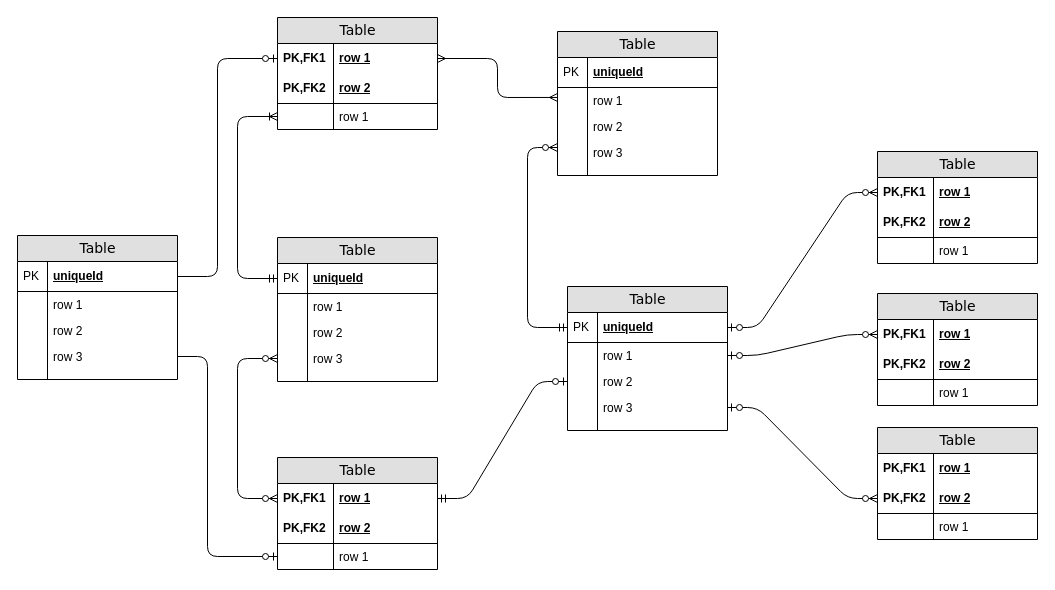
Above: page "Page-1" (2 of 2) of Untitled Diagram.drawio in HikariReiziq/ERD_Database-System (draw.io), before the change. Source tidied: cells renumbered, new cells numbered last; positions are measured from the earlier drawing's top-left corner, leaving out a move shared by most shapes. Both pictures are drawn from the tidied source at 100%, with x=0, y=0 at pixel (17, 17).
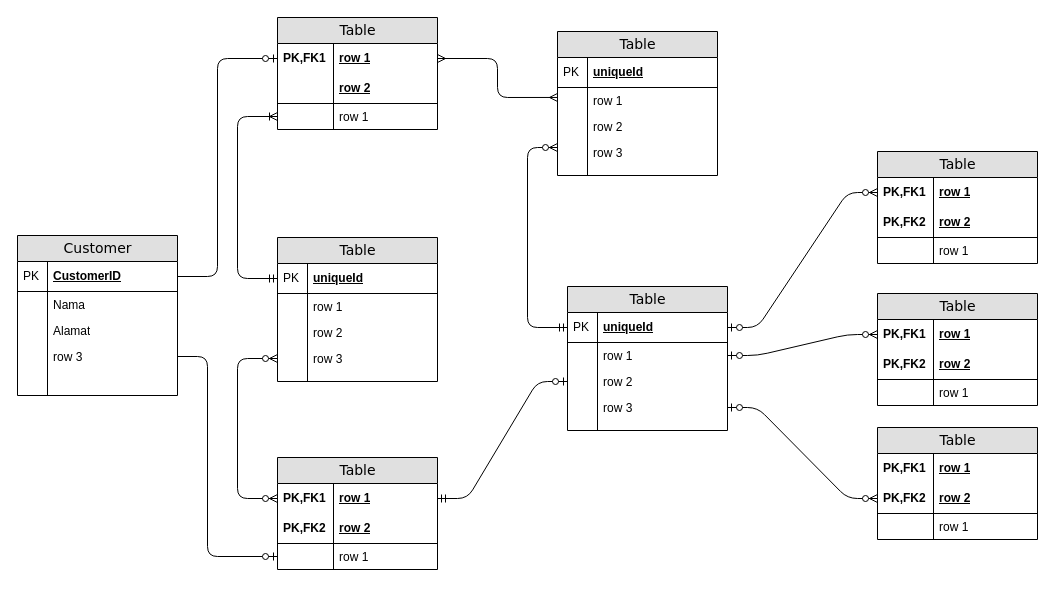
The same page after the edit.

Commit message:
Database Konser

Unchanged cells that the change refers to:
```xml
<mxCell id="5" value="row 2" style="shape=partialRectangle;top=0;left=0;right=0;bottom=1;html=1;align=left;verticalAlign=middle;fillColor=none;spacingLeft=60;spacingRight=4;whiteSpace=wrap;overflow=hidden;fontStyle=5;" parent="2" vertex="1">
  <mxGeometry y="56" width="160" height="30" as="geometry" />
</mxCell>
```

Diff of the diagram source:
```diff
@@
-    <mxCell id="6" value="PK,FK2" style="shape=partialRectangle;fontStyle=1;top=0;left=0;bottom=0;html=1;fillColor=none;align=left;verticalAlign=middle;spacingLeft=4;spacingRight=4;whiteSpace=wrap;overflow=hidden;" parent="5" vertex="1">
+    <mxCell id="6" style="shape=partialRectangle;fontStyle=1;top=0;left=0;bottom=0;html=1;fillColor=none;align=left;verticalAlign=middle;spacingLeft=4;spacingRight=4;whiteSpace=wrap;overflow=hidden;" parent="5" vertex="1">
       <mxGeometry width="56" height="30" as="geometry" />
     </mxCell>
@@
-    <mxCell id="78" value="Table" style="swimlane;html=1;fontStyle=0;horizontal=1;startSize=26;fillColor=#e0e0e0;swimlaneFillColor=#ffffff;align=center;rounded=0;shadow=0;comic=0;labelBackgroundColor=none;strokeWidth=1;fontFamily=Verdana;fontSize=14;" parent="1" vertex="1">
-      <mxGeometry y="218" width="160" height="144" as="geometry" />
+    <mxCell id="78" value="Customer" style="swimlane;html=1;fontStyle=0;horizontal=1;startSize=26;fillColor=#e0e0e0;swimlaneFillColor=#ffffff;align=center;rounded=0;shadow=0;comic=0;labelBackgroundColor=none;strokeWidth=1;fontFamily=Verdana;fontSize=14;" parent="1" vertex="1">
+      <mxGeometry y="218" width="160" height="160" as="geometry" />
     </mxCell>
-    <mxCell id="79" value="uniqueId" style="shape=partialRectangle;top=0;left=0;right=0;bottom=1;html=1;align=left;verticalAlign=middle;fillColor=none;spacingLeft=34;spacingRight=4;whiteSpace=wrap;overflow=hidden;points=[[0,0.5],[1,0.5]];portConstraint=eastwest;fontStyle=5;" parent="78" vertex="1">
+    <mxCell id="79" value="CustomerID" style="shape=partialRectangle;top=0;left=0;right=0;bottom=1;html=1;align=left;verticalAlign=middle;fillColor=none;spacingLeft=34;spacingRight=4;whiteSpace=wrap;overflow=hidden;points=[[0,0.5],[1,0.5]];portConstraint=eastwest;fontStyle=5;" parent="78" vertex="1">
       <mxGeometry y="26" width="160" height="30" as="geometry" />
     </mxCell>
@@
-    <mxCell id="81" value="row 1" style="shape=partialRectangle;top=0;left=0;right=0;bottom=0;html=1;align=left;verticalAlign=top;fillColor=none;spacingLeft=34;spacingRight=4;whiteSpace=wrap;overflow=hidden;" parent="78" vertex="1">
+    <mxCell id="81" value="Nama" style="shape=partialRectangle;top=0;left=0;right=0;bottom=0;html=1;align=left;verticalAlign=top;fillColor=none;spacingLeft=34;spacingRight=4;whiteSpace=wrap;overflow=hidden;" parent="78" vertex="1">
       <mxGeometry y="56" width="160" height="26" as="geometry" />
     </mxCell>
@@
-    <mxCell id="83" value="row 2" style="shape=partialRectangle;top=0;left=0;right=0;bottom=0;html=1;align=left;verticalAlign=top;fillColor=none;spacingLeft=34;spacingRight=4;whiteSpace=wrap;overflow=hidden;" parent="78" vertex="1">
+    <mxCell id="83" value="Alamat" style="shape=partialRectangle;top=0;left=0;right=0;bottom=0;html=1;align=left;verticalAlign=top;fillColor=none;spacingLeft=34;spacingRight=4;whiteSpace=wrap;overflow=hidden;" parent="78" vertex="1">
       <mxGeometry y="82" width="160" height="26" as="geometry" />
     </mxCell>
@@
     <mxCell id="87" style="shape=partialRectangle;top=0;left=0;right=0;bottom=0;html=1;align=left;verticalAlign=top;fillColor=none;spacingLeft=34;spacingRight=4;whiteSpace=wrap;overflow=hidden;" parent="78" vertex="1">
-      <mxGeometry y="134" width="160" height="10" as="geometry" />
+      <mxGeometry y="134" width="160" height="26" as="geometry" />
     </mxCell>
     <mxCell id="88" style="shape=partialRectangle;top=0;left=0;bottom=0;html=1;fillColor=none;align=left;verticalAlign=top;spacingLeft=4;spacingRight=4;whiteSpace=wrap;overflow=hidden;" parent="87" vertex="1">
-      <mxGeometry width="30" height="10" as="geometry" />
+      <mxGeometry width="30" height="26" as="geometry" />
     </mxCell>
```
